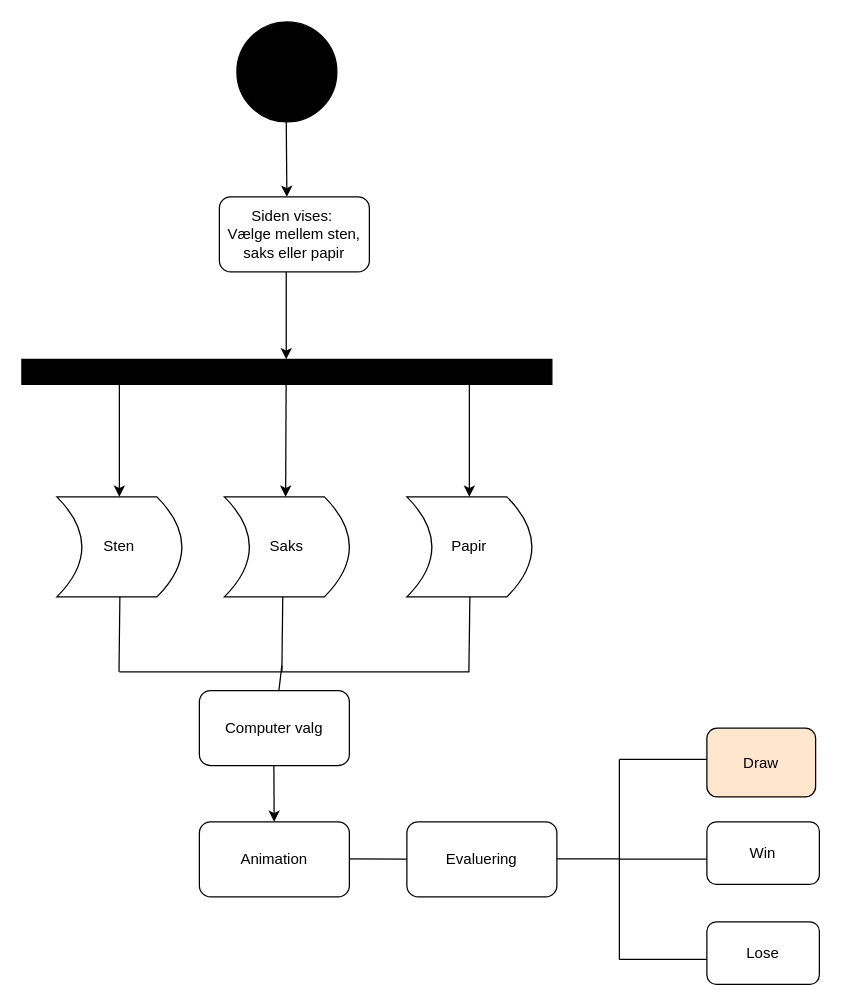
The draw.io diagram rockpaperscissors/diagram.drawio in Tamaraujma/exercises, before the edit. Source tidied: cells renumbered, new cells numbered last; positions are measured from the earlier drawing's top-left corner, leaving out a move shared by most shapes. Both pictures are drawn from the tidied source at 125%, with x=0, y=0 at pixel (21, 21).
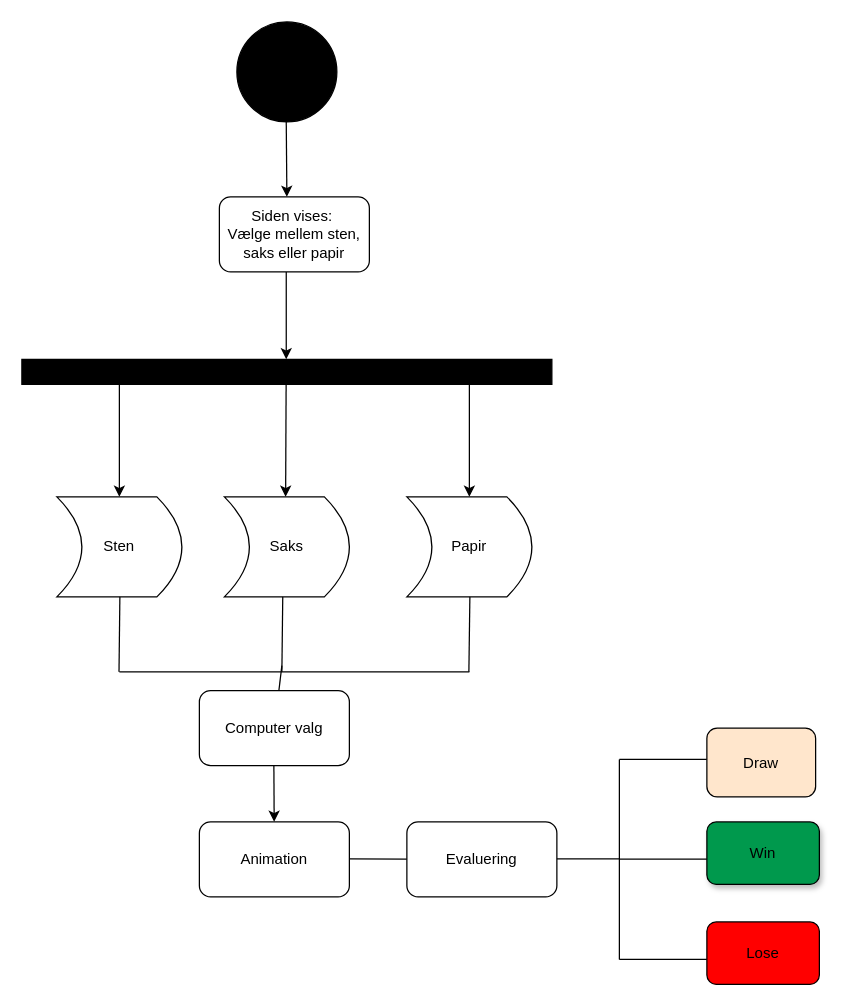
The same page after the edit.

What changed in the source:
```diff
@@
-    <mxCell id="29" value="Win" style="rounded=1;whiteSpace=wrap;html=1;" parent="1" vertex="1">
+    <mxCell id="29" value="Win" style="rounded=1;whiteSpace=wrap;html=1;shadow=1;fillColor=#00994D;" parent="1" vertex="1">
       <mxGeometry x="548" y="640" width="90" height="50" as="geometry" />
     </mxCell>
-    <mxCell id="30" value="Lose" style="rounded=1;whiteSpace=wrap;html=1;" parent="1" vertex="1">
+    <mxCell id="30" value="Lose" style="rounded=1;whiteSpace=wrap;html=1;fillColor=#FF0000;" parent="1" vertex="1">
       <mxGeometry x="548" y="720" width="90" height="50" as="geometry" />
     </mxCell>
```
